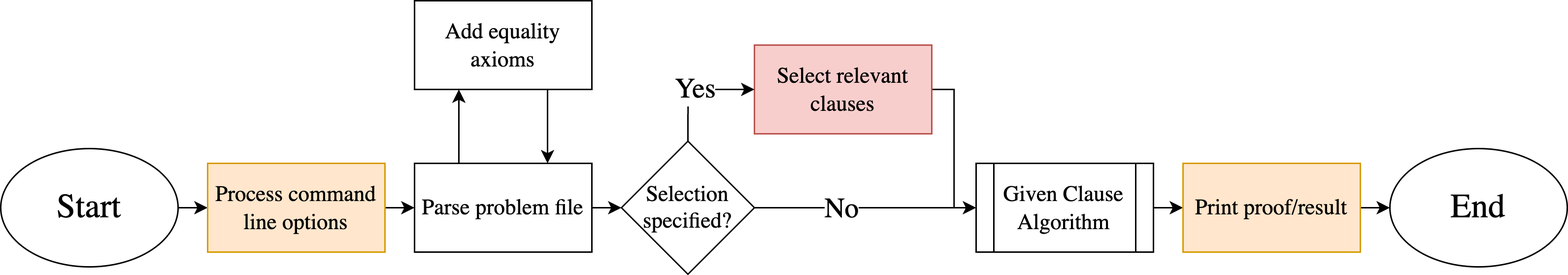
GehriJan/coursework-pyres keeps this draw.io diagram as papers/coursework/assets/pyres_apt_pipeline.drawio.png. Above is the earlier version. Source tidied: cells renumbered, new cells last; positions are measured from the earlier drawing's top-left corner, leaving out a move shared by most shapes. Source of this version:
```xml
<mxGraphModel>
  <root>
    <mxCell id="0" />
    <mxCell id="1" parent="0" />
    <mxCell id="2" style="edgeStyle=none;html=1;exitX=0.25;exitY=0;exitDx=0;exitDy=0;entryX=0.25;entryY=1;entryDx=0;entryDy=0;fontSize=15;" parent="1" edge="1" source="4" target="8">
      <mxGeometry relative="1" as="geometry" />
    </mxCell>
    <mxCell id="3" style="edgeStyle=none;html=1;exitX=1;exitY=0.5;exitDx=0;exitDy=0;entryX=0;entryY=0.5;entryDx=0;entryDy=0;" parent="1" edge="1" source="4" target="21">
      <mxGeometry relative="1" as="geometry" />
    </mxCell>
    <mxCell id="4" value="&lt;font face=&quot;New Computer Modern&quot;&gt;Parse problem file&lt;/font&gt;" style="rounded=0;whiteSpace=wrap;html=1;fontSize=15;" parent="1" vertex="1">
      <mxGeometry x="280" y="110" width="120" height="60" as="geometry" />
    </mxCell>
    <mxCell id="5" style="edgeStyle=none;html=1;exitX=1;exitY=0.5;exitDx=0;exitDy=0;entryX=0;entryY=0.5;entryDx=0;entryDy=0;" parent="1" edge="1" source="6" target="15">
      <mxGeometry relative="1" as="geometry" />
    </mxCell>
    <mxCell id="6" value="&lt;font face=&quot;New Computer Modern&quot;&gt;Start&lt;/font&gt;" style="ellipse;whiteSpace=wrap;html=1;fontSize=23;" parent="1" vertex="1">
      <mxGeometry y="100" width="120" height="80" as="geometry" />
    </mxCell>
    <mxCell id="7" style="edgeStyle=none;html=1;exitX=0.75;exitY=1;exitDx=0;exitDy=0;entryX=0.75;entryY=0;entryDx=0;entryDy=0;fontSize=15;" parent="1" edge="1" source="8" target="4">
      <mxGeometry relative="1" as="geometry" />
    </mxCell>
    <mxCell id="8" value="&lt;font face=&quot;New Computer Modern&quot;&gt;Add equality axioms&lt;/font&gt;" style="rounded=0;whiteSpace=wrap;html=1;fontSize=15;" parent="1" vertex="1">
      <mxGeometry x="280" width="120" height="60" as="geometry" />
    </mxCell>
    <mxCell id="9" style="edgeStyle=none;html=1;exitX=1;exitY=0.5;exitDx=0;exitDy=0;entryX=0;entryY=0.5;entryDx=0;entryDy=0;fontSize=15;" parent="1" edge="1" source="10" target="12">
      <mxGeometry relative="1" as="geometry" />
    </mxCell>
    <mxCell id="10" value="&lt;font face=&quot;New Computer Modern&quot;&gt;Given Clause Algorithm&lt;/font&gt;" style="shape=process;whiteSpace=wrap;html=1;backgroundOutline=1;fontSize=15;" parent="1" vertex="1">
      <mxGeometry x="660" y="110" width="120" height="60" as="geometry" />
    </mxCell>
    <mxCell id="11" style="edgeStyle=none;html=1;exitX=1;exitY=0.5;exitDx=0;exitDy=0;entryX=0;entryY=0.5;entryDx=0;entryDy=0;fontSize=15;" parent="1" edge="1" source="12" target="13">
      <mxGeometry relative="1" as="geometry" />
    </mxCell>
    <mxCell id="12" value="&lt;font face=&quot;New Computer Modern&quot;&gt;Print proof/result&lt;/font&gt;" style="rounded=0;whiteSpace=wrap;html=1;fontSize=15;fillColor=#ffe6cc;strokeColor=#d79b00;" parent="1" vertex="1">
      <mxGeometry x="800" y="110" width="120" height="60" as="geometry" />
    </mxCell>
    <mxCell id="13" value="&lt;font face=&quot;New Computer Modern&quot;&gt;End&lt;/font&gt;" style="ellipse;whiteSpace=wrap;html=1;fontSize=23;" parent="1" vertex="1">
      <mxGeometry x="940" y="100" width="120" height="80" as="geometry" />
    </mxCell>
    <mxCell id="14" style="edgeStyle=none;html=1;exitX=1;exitY=0.5;exitDx=0;exitDy=0;entryX=0;entryY=0.5;entryDx=0;entryDy=0;" parent="1" edge="1" source="15" target="4">
      <mxGeometry relative="1" as="geometry" />
    </mxCell>
    <mxCell id="15" value="&lt;font face=&quot;New Computer Modern&quot;&gt;Process command line options&lt;/font&gt;" style="rounded=0;whiteSpace=wrap;html=1;fontSize=15;fillColor=#ffe6cc;strokeColor=#d79b00;" parent="1" vertex="1">
      <mxGeometry x="140" y="110" width="120" height="60" as="geometry" />
    </mxCell>
    <mxCell id="16" style="edgeStyle=orthogonalEdgeStyle;html=1;exitX=1;exitY=0.5;exitDx=0;exitDy=0;entryX=0;entryY=0.5;entryDx=0;entryDy=0;rounded=0;" parent="1" edge="1" source="17" target="10">
      <mxGeometry relative="1" as="geometry" />
    </mxCell>
    <mxCell id="17" value="&lt;font face=&quot;New Computer Modern&quot;&gt;Select relevant clauses&lt;/font&gt;" style="rounded=0;whiteSpace=wrap;html=1;fontSize=15;fillColor=#f8cecc;strokeColor=#b85450;" parent="1" vertex="1">
      <mxGeometry x="510" y="30" width="120" height="60" as="geometry" />
    </mxCell>
    <mxCell id="18" value="&lt;font style=&quot;font-size: 19px;&quot;&gt;Yes&lt;/font&gt;" style="edgeStyle=orthogonalEdgeStyle;html=1;exitX=0.5;exitY=0;exitDx=0;exitDy=0;entryX=0;entryY=0.5;entryDx=0;entryDy=0;rounded=0;curved=0;fontFamily=New Computer Modern;" parent="1" edge="1" source="21" target="17">
      <mxGeometry relative="1" as="geometry" />
    </mxCell>
    <mxCell id="19" style="edgeStyle=none;html=1;exitX=1;exitY=0.5;exitDx=0;exitDy=0;entryX=0;entryY=0.5;entryDx=0;entryDy=0;" parent="1" edge="1" source="21" target="10">
      <mxGeometry relative="1" as="geometry" />
    </mxCell>
    <mxCell id="20" value="No" style="edgeLabel;html=1;align=center;verticalAlign=middle;fontFamily=New Computer Modern;fontSize=19;" parent="19" vertex="1">
      <mxGeometry x="-0.22" relative="1" as="geometry" />
    </mxCell>
    <mxCell id="21" value="&lt;font style=&quot;font-size: 15px;&quot;&gt;Selection specified?&lt;/font&gt;" style="rhombus;whiteSpace=wrap;html=1;fontFamily=New Computer Modern;fontSize=14;" parent="1" vertex="1">
      <mxGeometry x="420" y="95" width="90" height="90" as="geometry" />
    </mxCell>
  </root>
</mxGraphModel>
```
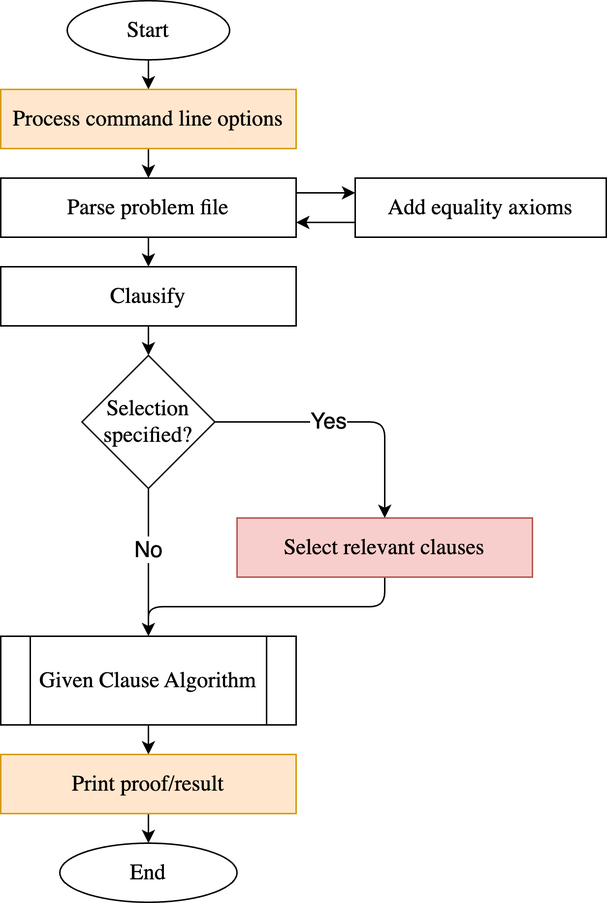
Above is the later version.

Diff of the diagram source:
```diff
@@ -2,65 +2,82 @@
   <root>
     <mxCell id="0" />
     <mxCell id="1" parent="0" />
-    <mxCell id="2" style="edgeStyle=none;html=1;exitX=0.25;exitY=0;exitDx=0;exitDy=0;entryX=0.25;entryY=1;entryDx=0;entryDy=0;fontSize=15;" parent="1" edge="1" source="4" target="8">
+    <mxCell id="2" style="edgeStyle=none;html=1;exitX=1;exitY=0.25;exitDx=0;exitDy=0;entryX=0;entryY=0.25;entryDx=0;entryDy=0;" parent="1" edge="1" source="4" target="8">
       <mxGeometry relative="1" as="geometry" />
     </mxCell>
-    <mxCell id="3" style="edgeStyle=none;html=1;exitX=1;exitY=0.5;exitDx=0;exitDy=0;entryX=0;entryY=0.5;entryDx=0;entryDy=0;" parent="1" edge="1" source="4" target="21">
-      <mxGeometry relative="1" as="geometry" />
-    </mxCell>
+    <mxCell id="22" style="edgeStyle=none;html=1;exitX=0.5;exitY=1;exitDx=0;exitDy=0;entryX=0.5;entryY=0;entryDx=0;entryDy=0;" parent="1" edge="1" source="4" target="16">
+      <mxGeometry relative="1" as="geometry" />
+    </mxCell>
     <mxCell id="4" value="&lt;font face=&quot;New Computer Modern&quot;&gt;Parse problem file&lt;/font&gt;" style="rounded=0;whiteSpace=wrap;html=1;fontSize=15;" parent="1" vertex="1">
-      <mxGeometry x="280" y="110" width="120" height="60" as="geometry" />
+      <mxGeometry x="60" y="60" width="200" height="40" as="geometry" />
     </mxCell>
-    <mxCell id="5" style="edgeStyle=none;html=1;exitX=1;exitY=0.5;exitDx=0;exitDy=0;entryX=0;entryY=0.5;entryDx=0;entryDy=0;" parent="1" edge="1" source="6" target="15">
+    <mxCell id="5" style="edgeStyle=none;html=1;exitX=0.5;exitY=1;exitDx=0;exitDy=0;entryX=0.5;entryY=0;entryDx=0;entryDy=0;" parent="1" edge="1" source="6" target="15">
       <mxGeometry relative="1" as="geometry" />
     </mxCell>
-    <mxCell id="6" value="&lt;font face=&quot;New Computer Modern&quot;&gt;Start&lt;/font&gt;" style="ellipse;whiteSpace=wrap;html=1;fontSize=23;" parent="1" vertex="1">
-      <mxGeometry y="100" width="120" height="80" as="geometry" />
+    <mxCell id="6" value="&lt;font face=&quot;New Computer Modern&quot;&gt;Start&lt;/font&gt;" style="ellipse;whiteSpace=wrap;html=1;fontSize=15;" parent="1" vertex="1">
+      <mxGeometry x="105" y="-60" width="110" height="40" as="geometry" />
     </mxCell>
-    <mxCell id="7" style="edgeStyle=none;html=1;exitX=0.75;exitY=1;exitDx=0;exitDy=0;entryX=0.75;entryY=0;entryDx=0;entryDy=0;fontSize=15;" parent="1" edge="1" source="8" target="4">
+    <mxCell id="7" style="edgeStyle=none;html=1;exitX=0;exitY=0.75;exitDx=0;exitDy=0;entryX=1;entryY=0.75;entryDx=0;entryDy=0;" parent="1" edge="1" source="8" target="4">
       <mxGeometry relative="1" as="geometry" />
     </mxCell>
     <mxCell id="8" value="&lt;font face=&quot;New Computer Modern&quot;&gt;Add equality axioms&lt;/font&gt;" style="rounded=0;whiteSpace=wrap;html=1;fontSize=15;" parent="1" vertex="1">
-      <mxGeometry x="280" width="120" height="60" as="geometry" />
+      <mxGeometry x="300" y="60" width="170" height="40" as="geometry" />
     </mxCell>
-    <mxCell id="9" style="edgeStyle=none;html=1;exitX=1;exitY=0.5;exitDx=0;exitDy=0;entryX=0;entryY=0.5;entryDx=0;entryDy=0;fontSize=15;" parent="1" edge="1" source="10" target="12">
-      <mxGeometry relative="1" as="geometry" />
-    </mxCell>
+    <mxCell id="18" style="edgeStyle=none;html=1;exitX=0.5;exitY=1;exitDx=0;exitDy=0;entryX=0.5;entryY=0;entryDx=0;entryDy=0;" parent="1" edge="1" source="10" target="12">
+      <mxGeometry relative="1" as="geometry" />
+    </mxCell>
     <mxCell id="10" value="&lt;font face=&quot;New Computer Modern&quot;&gt;Given Clause Algorithm&lt;/font&gt;" style="shape=process;whiteSpace=wrap;html=1;backgroundOutline=1;fontSize=15;" parent="1" vertex="1">
-      <mxGeometry x="660" y="110" width="120" height="60" as="geometry" />
+      <mxGeometry x="60" y="370" width="200" height="60" as="geometry" />
     </mxCell>
-    <mxCell id="11" style="edgeStyle=none;html=1;exitX=1;exitY=0.5;exitDx=0;exitDy=0;entryX=0;entryY=0.5;entryDx=0;entryDy=0;fontSize=15;" parent="1" edge="1" source="12" target="13">
-      <mxGeometry relative="1" as="geometry" />
-    </mxCell>
+    <mxCell id="19" style="edgeStyle=none;html=1;exitX=0.5;exitY=1;exitDx=0;exitDy=0;entryX=0.5;entryY=0;entryDx=0;entryDy=0;" parent="1" edge="1" source="12" target="13">
+      <mxGeometry relative="1" as="geometry" />
+    </mxCell>
     <mxCell id="12" value="&lt;font face=&quot;New Computer Modern&quot;&gt;Print proof/result&lt;/font&gt;" style="rounded=0;whiteSpace=wrap;html=1;fontSize=15;fillColor=#ffe6cc;strokeColor=#d79b00;" parent="1" vertex="1">
-      <mxGeometry x="800" y="110" width="120" height="60" as="geometry" />
+      <mxGeometry x="60" y="450" width="200" height="40" as="geometry" />
     </mxCell>
-    <mxCell id="13" value="&lt;font face=&quot;New Computer Modern&quot;&gt;End&lt;/font&gt;" style="ellipse;whiteSpace=wrap;html=1;fontSize=23;" parent="1" vertex="1">
-      <mxGeometry x="940" y="100" width="120" height="80" as="geometry" />
+    <mxCell id="13" value="&lt;font face=&quot;New Computer Modern&quot;&gt;End&lt;/font&gt;" style="ellipse;whiteSpace=wrap;html=1;fontSize=15;" parent="1" vertex="1">
+      <mxGeometry x="100" y="510" width="120" height="40" as="geometry" />
     </mxCell>
-    <mxCell id="14" style="edgeStyle=none;html=1;exitX=1;exitY=0.5;exitDx=0;exitDy=0;entryX=0;entryY=0.5;entryDx=0;entryDy=0;" parent="1" edge="1" source="15" target="4">
-      <mxGeometry relative="1" as="geometry" />
-    </mxCell>
+    <mxCell id="17" style="edgeStyle=none;html=1;exitX=0.5;exitY=1;exitDx=0;exitDy=0;entryX=0.5;entryY=0;entryDx=0;entryDy=0;" parent="1" edge="1" source="15" target="4">
+      <mxGeometry relative="1" as="geometry" />
+    </mxCell>
     <mxCell id="15" value="&lt;font face=&quot;New Computer Modern&quot;&gt;Process command line options&lt;/font&gt;" style="rounded=0;whiteSpace=wrap;html=1;fontSize=15;fillColor=#ffe6cc;strokeColor=#d79b00;" parent="1" vertex="1">
-      <mxGeometry x="140" y="110" width="120" height="60" as="geometry" />
+      <mxGeometry x="60" width="200" height="40" as="geometry" />
     </mxCell>
+    <mxCell id="20" style="edgeStyle=none;html=1;exitX=0.5;exitY=1;exitDx=0;exitDy=0;entryX=0.5;entryY=0;entryDx=0;entryDy=0;" parent="1" edge="1" source="21" target="10">
+      <mxGeometry relative="1" as="geometry" />
+    </mxCell>
+    <mxCell id="23" value="No" style="edgeLabel;html=1;align=center;verticalAlign=middle;fontSize=15;" parent="20" vertex="1">
+      <mxGeometry x="-0.3" y="2" relative="1" as="geometry">
+        <mxPoint x="-2" y="6" as="offset" />
+      </mxGeometry>
+    </mxCell>
-    <mxCell id="16" style="edgeStyle=orthogonalEdgeStyle;html=1;exitX=1;exitY=0.5;exitDx=0;exitDy=0;entryX=0;entryY=0.5;entryDx=0;entryDy=0;rounded=0;" parent="1" edge="1" source="17" target="10">
-      <mxGeometry relative="1" as="geometry" />
+    <mxCell id="16" value="&lt;font face=&quot;New Computer Modern&quot;&gt;Clausify&lt;/font&gt;" style="rounded=0;whiteSpace=wrap;html=1;fontSize=15;" parent="1" vertex="1">
+      <mxGeometry x="60" y="120" width="200" height="40" as="geometry" />
     </mxCell>
-    <mxCell id="17" value="&lt;font face=&quot;New Computer Modern&quot;&gt;Select relevant clauses&lt;/font&gt;" style="rounded=0;whiteSpace=wrap;html=1;fontSize=15;fillColor=#f8cecc;strokeColor=#b85450;" parent="1" vertex="1">
-      <mxGeometry x="510" y="30" width="120" height="60" as="geometry" />
-    </mxCell>
-    <mxCell id="18" value="&lt;font style=&quot;font-size: 19px;&quot;&gt;Yes&lt;/font&gt;" style="edgeStyle=orthogonalEdgeStyle;html=1;exitX=0.5;exitY=0;exitDx=0;exitDy=0;entryX=0;entryY=0.5;entryDx=0;entryDy=0;rounded=0;curved=0;fontFamily=New Computer Modern;" parent="1" edge="1" source="21" target="17">
-      <mxGeometry relative="1" as="geometry" />
-    </mxCell>
-    <mxCell id="19" style="edgeStyle=none;html=1;exitX=1;exitY=0.5;exitDx=0;exitDy=0;entryX=0;entryY=0.5;entryDx=0;entryDy=0;" parent="1" edge="1" source="21" target="10">
-      <mxGeometry relative="1" as="geometry" />
-    </mxCell>
-    <mxCell id="20" value="No" style="edgeLabel;html=1;align=center;verticalAlign=middle;fontFamily=New Computer Modern;fontSize=19;" parent="19" vertex="1">
-      <mxGeometry x="-0.22" relative="1" as="geometry" />
-    </mxCell>
+    <mxCell id="24" style="edgeStyle=none;html=1;exitX=0.5;exitY=1;exitDx=0;exitDy=0;entryX=0.5;entryY=0;entryDx=0;entryDy=0;" parent="1" edge="1" source="16" target="21">
+      <mxGeometry relative="1" as="geometry" />
+    </mxCell>
+    <mxCell id="25" style="edgeStyle=orthogonalEdgeStyle;html=1;exitX=1;exitY=0.5;exitDx=0;exitDy=0;entryX=0.5;entryY=0;entryDx=0;entryDy=0;fontSize=20;" parent="1" edge="1" source="21" target="28">
+      <mxGeometry relative="1" as="geometry" />
+    </mxCell>
+    <mxCell id="26" value="&lt;font style=&quot;font-size: 15px;&quot;&gt;Yes&lt;/font&gt;" style="edgeLabel;html=1;align=center;verticalAlign=middle;" parent="25" vertex="1">
+      <mxGeometry x="-0.16" y="2" relative="1" as="geometry">
+        <mxPoint y="1" as="offset" />
+      </mxGeometry>
+    </mxCell>
     <mxCell id="21" value="&lt;font style=&quot;font-size: 15px;&quot;&gt;Selection specified?&lt;/font&gt;" style="rhombus;whiteSpace=wrap;html=1;fontFamily=New Computer Modern;fontSize=14;" parent="1" vertex="1">
-      <mxGeometry x="420" y="95" width="90" height="90" as="geometry" />
+      <mxGeometry x="115" y="180" width="90" height="90" as="geometry" />
     </mxCell>
+    <mxCell id="27" style="edgeStyle=elbowEdgeStyle;html=1;exitX=0.5;exitY=1;exitDx=0;exitDy=0;entryX=0.5;entryY=0;entryDx=0;entryDy=0;elbow=vertical;" parent="1" edge="1" source="28" target="10">
+      <mxGeometry relative="1" as="geometry">
+        <Array as="points">
+          <mxPoint x="240" y="350" />
+        </Array>
+      </mxGeometry>
+    </mxCell>
+    <mxCell id="28" value="&lt;font face=&quot;New Computer Modern&quot;&gt;Select relevant clauses&lt;/font&gt;" style="rounded=0;whiteSpace=wrap;html=1;fontSize=15;fillColor=#f8cecc;strokeColor=#b85450;" parent="1" vertex="1">
+      <mxGeometry x="220" y="290" width="200" height="40" as="geometry" />
+    </mxCell>
   </root>
 </mxGraphModel>
```
